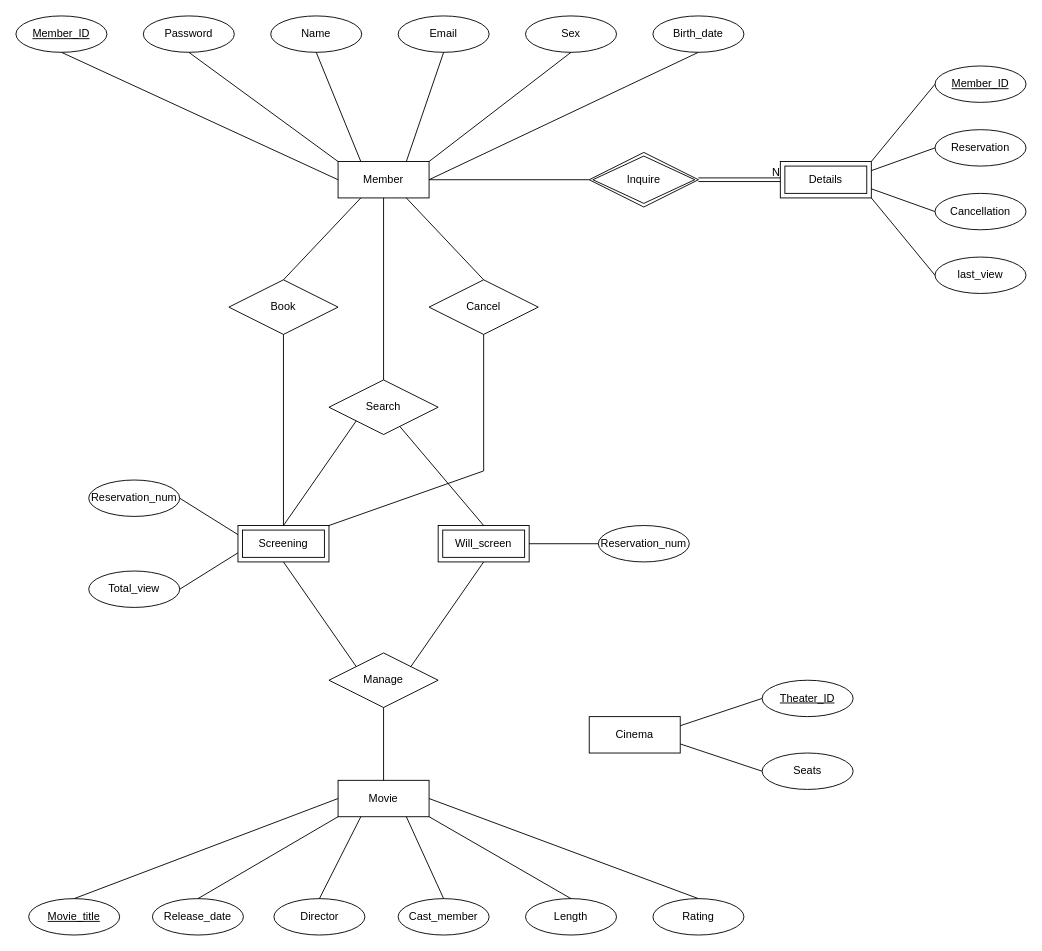
Earlier version of the draw.io diagram page "Page-2" (2 of 2) of Untitled Diagram.drawio (parkgwangwook/test). Source tidied: cells renumbered, new cells numbered last; positions are measured from the earlier drawing's top-left corner, leaving out a move shared by most shapes. Both pictures are drawn from the tidied source at 91%, with x=0, y=0 at pixel (15, 15).
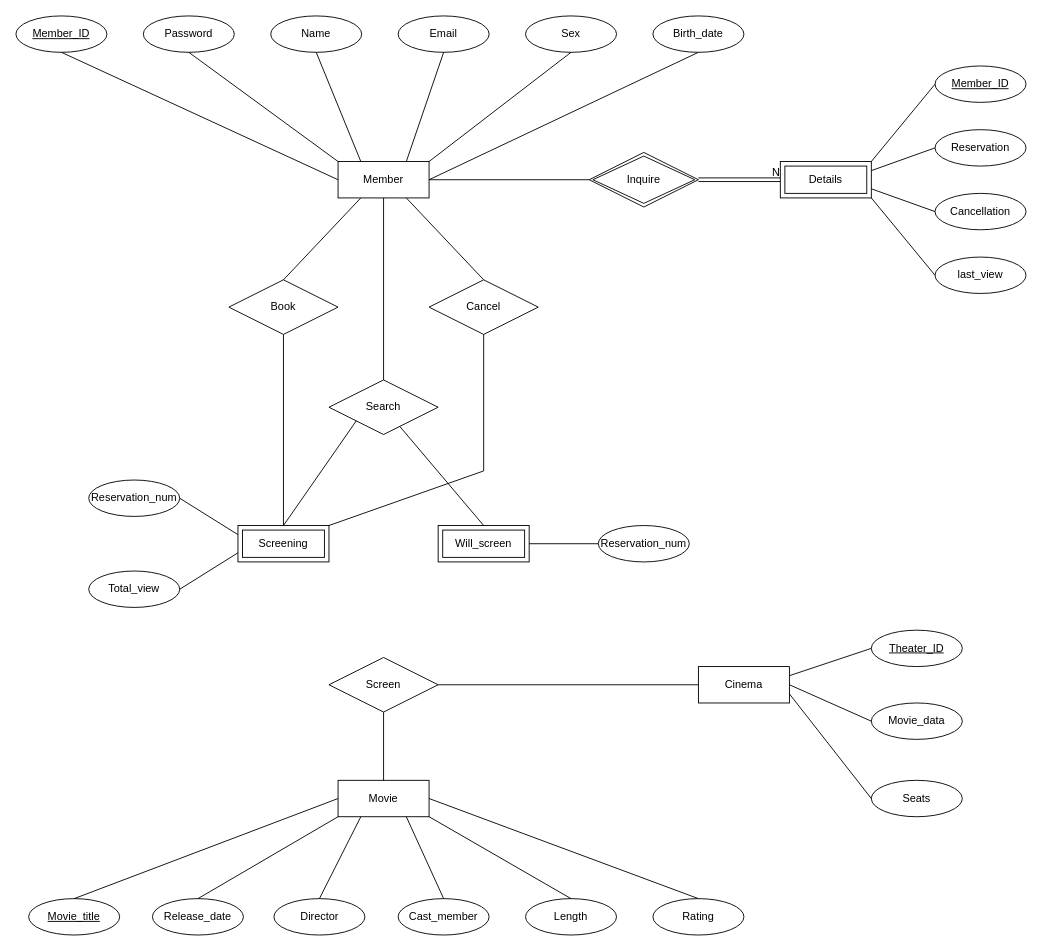
Above is the later version.

Unchanged cells that the change refers to:
```xml
<mxCell id="19" value="Movie" style="whiteSpace=wrap;html=1;align=center;" parent="1" vertex="1">
  <mxGeometry x="354" y="840" width="100" height="40" as="geometry" />
</mxCell>
<mxCell id="39" value="Screening" style="shape=ext;margin=3;double=1;whiteSpace=wrap;html=1;align=center;" parent="1" vertex="1">
  <mxGeometry x="244" y="560" width="100" height="40" as="geometry" />
</mxCell>
<mxCell id="40" value="Will_screen" style="shape=ext;margin=3;double=1;whiteSpace=wrap;html=1;align=center;" parent="1" vertex="1">
  <mxGeometry x="464" y="560" width="100" height="40" as="geometry" />
</mxCell>
```

Diff of the diagram source:
```diff
@@
-    <mxCell id="32" value="Manage" style="shape=rhombus;perimeter=rhombusPerimeter;whiteSpace=wrap;html=1;align=center;" parent="1" vertex="1">
-      <mxGeometry x="344" y="700" width="120" height="60" as="geometry" />
-    </mxCell>
     <mxCell id="33" value="Cinema" style="whiteSpace=wrap;html=1;align=center;" parent="1" vertex="1">
-      <mxGeometry x="630" y="770" width="100" height="40" as="geometry" />
+      <mxGeometry x="750" y="715" width="100" height="40" as="geometry" />
     </mxCell>
     <mxCell id="34" value="Theater_ID" style="ellipse;whiteSpace=wrap;html=1;align=center;fontStyle=4;" parent="1" vertex="1">
-      <mxGeometry x="820" y="730" width="100" height="40" as="geometry" />
+      <mxGeometry x="940" y="675" width="100" height="40" as="geometry" />
     </mxCell>
     <mxCell id="35" value="Seats" style="ellipse;whiteSpace=wrap;html=1;align=center;" parent="1" vertex="1">
-      <mxGeometry x="820" y="810" width="100" height="40" as="geometry" />
+      <mxGeometry x="940" y="840" width="100" height="40" as="geometry" />
     </mxCell>
@@
-    <mxCell id="38" style="endArrow=none;html=1;rounded=0;exitX=0.5;exitY=1;exitDx=0;exitDy=0;entryX=0.5;entryY=0;entryDx=0;entryDy=0;" parent="1" edge="1" source="32" target="19">
+    <mxCell id="38" style="endArrow=none;html=1;rounded=0;entryX=0.5;entryY=0;entryDx=0;entryDy=0;exitX=0.5;exitY=1;exitDx=0;exitDy=0;" parent="1" edge="1" source="68" target="19">
       <mxGeometry relative="1" as="geometry" />
     </mxCell>
@@
-    <mxCell id="41" style="endArrow=none;html=1;rounded=0;exitX=0.5;exitY=1;exitDx=0;exitDy=0;entryX=0;entryY=0;entryDx=0;entryDy=0;" parent="1" edge="1" source="39" target="32">
-      <mxGeometry relative="1" as="geometry" />
-    </mxCell>
-    <mxCell id="42" style="endArrow=none;html=1;rounded=0;exitX=0.5;exitY=1;exitDx=0;exitDy=0;entryX=1;entryY=0;entryDx=0;entryDy=0;" parent="1" edge="1" source="40" target="32">
-      <mxGeometry relative="1" as="geometry" />
-    </mxCell>
@@
+    <mxCell id="68" value="Screen" style="shape=rhombus;perimeter=rhombusPerimeter;whiteSpace=wrap;html=1;align=center;" parent="1" vertex="1">
+      <mxGeometry x="344" y="705" width="120" height="60" as="geometry" />
+    </mxCell>
+    <mxCell id="69" style="endArrow=none;html=1;rounded=0;exitX=1;exitY=0.5;exitDx=0;exitDy=0;entryX=0;entryY=0.5;entryDx=0;entryDy=0;" parent="1" edge="1" source="68" target="33">
+      <mxGeometry relative="1" as="geometry" />
+    </mxCell>
+    <mxCell id="70" value="Movie_data" style="ellipse;whiteSpace=wrap;html=1;align=center;" parent="1" vertex="1">
+      <mxGeometry x="940" y="755" width="100" height="40" as="geometry" />
+    </mxCell>
+    <mxCell id="71" style="endArrow=none;html=1;rounded=0;entryX=0;entryY=0.5;entryDx=0;entryDy=0;exitX=1;exitY=0.5;exitDx=0;exitDy=0;" parent="1" edge="1" source="33" target="70">
+      <mxGeometry relative="1" as="geometry" />
+    </mxCell>
```
